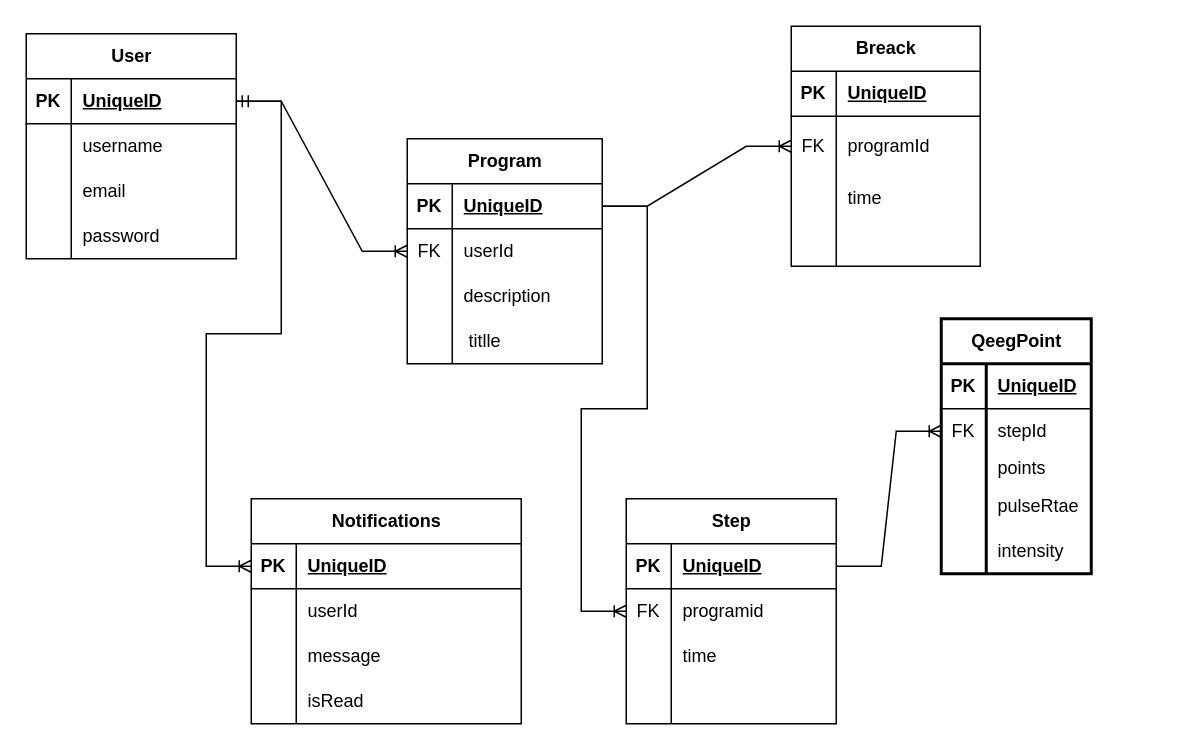
MedTech-CS425/Assignment-1 keeps this draw.io diagram as Diagramme sans nom.drawio. Above is the earlier version. Source tidied: cells renumbered, new cells numbered last; positions are measured from the earlier drawing's top-left corner, leaving out a move shared by most shapes. Both pictures are drawn from the tidied source at 150%, with x=0, y=0 at pixel (26, 26).
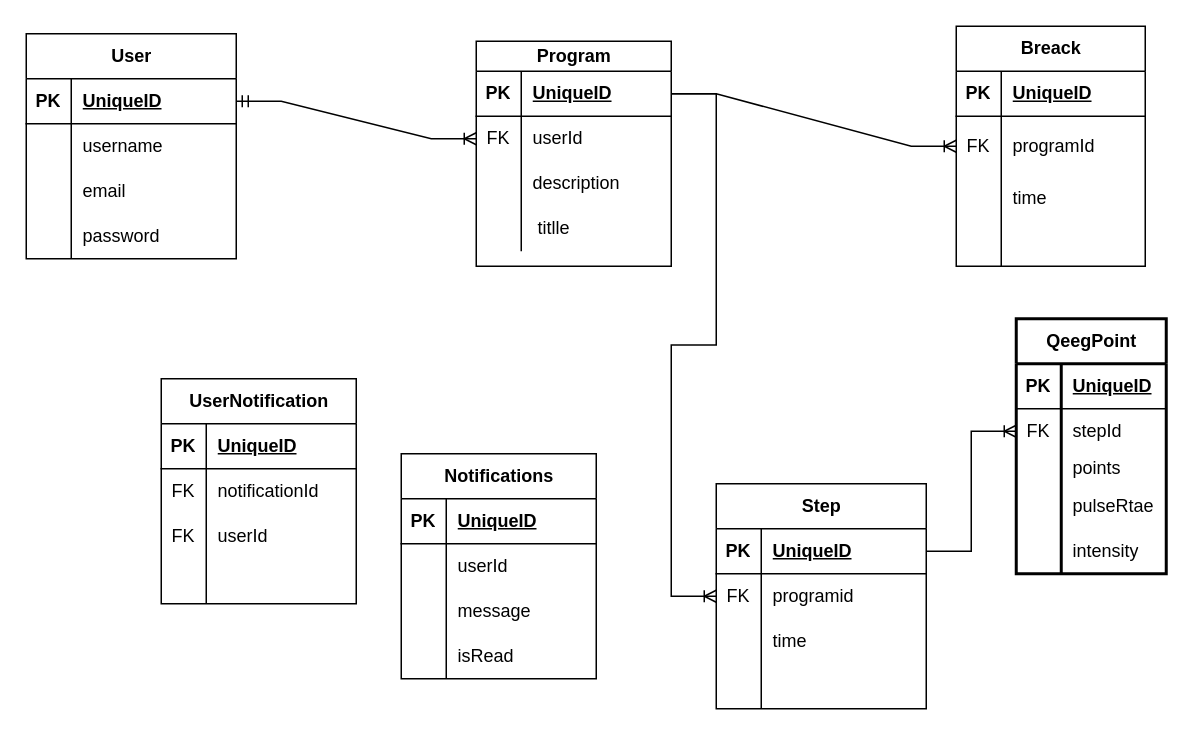
Above is the later version.

The change refers to these unchanged cells:
```xml
<mxCell id="19" style="shape=tableRow;horizontal=0;startSize=0;swimlaneHead=0;swimlaneBody=0;fillColor=none;points=[[0,0.5],[1,0.5]];portConstraint=eastwest;top=0;left=0;right=0;bottom=1;" parent="18" vertex="1">
  <mxGeometry y="30" width="140" height="30" as="geometry" />
</mxCell>
```

Diff of the diagram source:
```diff
@@
     <mxCell id="2" value="QeegPoint" style="shape=table;startSize=30;childLayout=tableLayout;rowLines=0;fontStyle=1;align=center;html=1;strokeWidth=2;rounded=0;gradientColor=none;" parent="1" vertex="1">
-      <mxGeometry x="610" y="195" width="100" height="170" as="geometry" />
+      <mxGeometry x="660" y="195" width="100" height="170" as="geometry" />
     </mxCell>
@@
-    <mxCell id="31" value="Program" style="shape=table;startSize=30;childLayout=tableLayout;rowLines=0;fontStyle=1;align=center;html=1;" parent="1" vertex="1">
-      <mxGeometry x="254" y="75" width="130" height="150" as="geometry" />
+    <mxCell id="31" value="Program" style="shape=table;startSize=20;childLayout=tableLayout;rowLines=0;fontStyle=1;align=center;html=1;" parent="1" vertex="1">
+      <mxGeometry x="300" y="10" width="130" height="150" as="geometry" />
     </mxCell>
     <mxCell id="32" style="shape=tableRow;horizontal=0;startSize=0;swimlaneHead=0;swimlaneBody=0;fillColor=none;points=[[0,0.5],[1,0.5]];portConstraint=eastwest;top=0;left=0;right=0;bottom=1;" parent="31" vertex="1">
-      <mxGeometry y="30" width="130" height="30" as="geometry" />
+      <mxGeometry y="20" width="130" height="30" as="geometry" />
     </mxCell>
@@
     <mxCell id="35" style="shape=tableRow;horizontal=0;startSize=0;swimlaneHead=0;swimlaneBody=0;fillColor=none;points=[[0,0.5],[1,0.5]];portConstraint=eastwest;top=0;left=0;right=0;bottom=0;" parent="31" vertex="1">
-      <mxGeometry y="60" width="130" height="30" as="geometry" />
+      <mxGeometry y="50" width="130" height="30" as="geometry" />
     </mxCell>
@@
     <mxCell id="38" style="shape=tableRow;horizontal=0;startSize=0;swimlaneHead=0;swimlaneBody=0;fillColor=none;top=0;left=0;right=0;bottom=0;" parent="31" vertex="1">
-      <mxGeometry y="90" width="130" height="30" as="geometry" />
+      <mxGeometry y="80" width="130" height="30" as="geometry" />
     </mxCell>
@@
     <mxCell id="41" style="shape=tableRow;horizontal=0;startSize=0;swimlaneHead=0;swimlaneBody=0;fillColor=none;top=0;left=0;right=0;bottom=0;" parent="31" vertex="1">
-      <mxGeometry y="120" width="130" height="30" as="geometry" />
+      <mxGeometry y="110" width="130" height="30" as="geometry" />
     </mxCell>
@@
     <mxCell id="44" value="Breack" style="shape=table;startSize=30;childLayout=tableLayout;rowLines=0;fontStyle=1;align=center;html=1;" parent="1" vertex="1">
-      <mxGeometry x="510" width="126" height="160" as="geometry" />
+      <mxGeometry x="620" width="126" height="160" as="geometry" />
     </mxCell>
@@
     <mxCell id="57" value="Step" style="shape=table;startSize=30;childLayout=tableLayout;rowLines=0;fontStyle=1;align=center;html=1;" parent="1" vertex="1">
-      <mxGeometry x="400" y="315" width="140" height="150" as="geometry" />
+      <mxGeometry x="460" y="305" width="140" height="150" as="geometry" />
     </mxCell>
@@
     <mxCell id="76" value="Notifications" style="shape=table;startSize=30;childLayout=tableLayout;rowLines=0;fontStyle=1;align=center;html=1;" parent="1" vertex="1">
-      <mxGeometry x="150" y="315" width="180" height="150" as="geometry" />
+      <mxGeometry x="250" y="285" width="130" height="150" as="geometry" />
     </mxCell>
     <mxCell id="77" style="shape=tableRow;horizontal=0;startSize=0;swimlaneHead=0;swimlaneBody=0;fillColor=none;points=[[0,0.5],[1,0.5]];portConstraint=eastwest;top=0;left=0;right=0;bottom=1;" parent="76" vertex="1">
-      <mxGeometry y="30" width="180" height="30" as="geometry" />
+      <mxGeometry y="30" width="130" height="30" as="geometry" />
     </mxCell>
@@
     <mxCell id="79" value="UniqueID" style="shape=partialRectangle;fillColor=none;top=0;left=0;bottom=0;right=0;align=left;spacingLeft=6;fontStyle=5;overflow=hidden;whiteSpace=wrap;html=1;" parent="77" vertex="1">
-      <mxGeometry x="30" width="150" height="30" as="geometry" />
+      <mxGeometry x="30" width="100" height="30" as="geometry" />
     </mxCell>
     <mxCell id="80" style="shape=tableRow;horizontal=0;startSize=0;swimlaneHead=0;swimlaneBody=0;fillColor=none;top=0;left=0;right=0;bottom=0;" parent="76" vertex="1">
-      <mxGeometry y="60" width="180" height="30" as="geometry" />
+      <mxGeometry y="60" width="130" height="30" as="geometry" />
     </mxCell>
@@
     <mxCell id="82" value="userId" style="shape=partialRectangle;fillColor=none;top=0;left=0;bottom=0;right=0;align=left;spacingLeft=6;overflow=hidden;whiteSpace=wrap;html=1;" parent="80" vertex="1">
-      <mxGeometry x="30" width="150" height="30" as="geometry" />
+      <mxGeometry x="30" width="100" height="30" as="geometry" />
     </mxCell>
     <mxCell id="83" style="shape=tableRow;horizontal=0;startSize=0;swimlaneHead=0;swimlaneBody=0;fillColor=none;top=0;left=0;right=0;bottom=0;" parent="76" vertex="1">
-      <mxGeometry y="90" width="180" height="30" as="geometry" />
+      <mxGeometry y="90" width="130" height="30" as="geometry" />
     </mxCell>
@@
     <mxCell id="85" value="message" style="shape=partialRectangle;fillColor=none;top=0;left=0;bottom=0;right=0;align=left;spacingLeft=6;overflow=hidden;whiteSpace=wrap;html=1;" parent="83" vertex="1">
-      <mxGeometry x="30" width="150" height="30" as="geometry" />
+      <mxGeometry x="30" width="100" height="30" as="geometry" />
     </mxCell>
     <mxCell id="86" style="shape=tableRow;horizontal=0;startSize=0;swimlaneHead=0;swimlaneBody=0;fillColor=none;top=0;left=0;right=0;bottom=0;" parent="76" vertex="1">
-      <mxGeometry y="120" width="180" height="30" as="geometry" />
+      <mxGeometry y="120" width="130" height="30" as="geometry" />
     </mxCell>
@@
     <mxCell id="88" value="isRead" style="shape=partialRectangle;fillColor=none;top=0;left=0;bottom=0;right=0;align=left;spacingLeft=6;overflow=hidden;whiteSpace=wrap;html=1;" parent="86" vertex="1">
-      <mxGeometry x="30" width="150" height="30" as="geometry" />
+      <mxGeometry x="30" width="100" height="30" as="geometry" />
     </mxCell>
-    <mxCell id="89" style="edgeStyle=entityRelationEdgeStyle;fontSize=12;html=1;endArrow=ERoneToMany;rounded=0;entryX=0;entryY=0.5;entryDx=0;entryDy=0;exitX=1;exitY=0.5;exitDx=0;exitDy=0;" parent="1" edge="1" source="19" target="77">
-      <mxGeometry relative="1" as="geometry" />
-    </mxCell>
+    <mxCell id="90" value="UserNotification" style="shape=table;startSize=30;childLayout=tableLayout;rowLines=0;fontStyle=1;align=center;html=1;" parent="1" vertex="1">
+      <mxGeometry x="90" y="235" width="130" height="150" as="geometry" />
+    </mxCell>
+    <mxCell id="91" style="shape=tableRow;horizontal=0;startSize=0;swimlaneHead=0;swimlaneBody=0;fillColor=none;top=0;left=0;right=0;bottom=1;" parent="90" vertex="1">
+      <mxGeometry y="30" width="130" height="30" as="geometry" />
+    </mxCell>
+    <mxCell id="92" value="PK" style="shape=partialRectangle;fillColor=none;top=0;left=0;bottom=0;right=0;fontStyle=1;overflow=hidden;whiteSpace=wrap;html=1;" parent="91" vertex="1">
+      <mxGeometry width="30" height="30" as="geometry" />
+    </mxCell>
+    <mxCell id="93" value="UniqueID" style="shape=partialRectangle;fillColor=none;top=0;left=0;bottom=0;right=0;align=left;spacingLeft=6;fontStyle=5;overflow=hidden;whiteSpace=wrap;html=1;" parent="91" vertex="1">
+      <mxGeometry x="30" width="100" height="30" as="geometry" />
+    </mxCell>
+    <mxCell id="94" style="shape=tableRow;horizontal=0;startSize=0;swimlaneHead=0;swimlaneBody=0;fillColor=none;top=0;left=0;right=0;bottom=0;" parent="90" vertex="1">
+      <mxGeometry y="60" width="130" height="30" as="geometry" />
+    </mxCell>
+    <mxCell id="95" value="FK" style="shape=partialRectangle;fillColor=none;top=0;left=0;bottom=0;right=0;overflow=hidden;whiteSpace=wrap;html=1;" parent="94" vertex="1">
+      <mxGeometry width="30" height="30" as="geometry" />
+    </mxCell>
+    <mxCell id="96" value="notificationId" style="shape=partialRectangle;fillColor=none;top=0;left=0;bottom=0;right=0;align=left;spacingLeft=6;overflow=hidden;whiteSpace=wrap;html=1;" parent="94" vertex="1">
+      <mxGeometry x="30" width="100" height="30" as="geometry" />
+    </mxCell>
+    <mxCell id="97" style="shape=tableRow;horizontal=0;startSize=0;swimlaneHead=0;swimlaneBody=0;fillColor=none;top=0;left=0;right=0;bottom=0;" parent="90" vertex="1">
+      <mxGeometry y="90" width="130" height="30" as="geometry" />
+    </mxCell>
+    <mxCell id="98" value="FK" style="shape=partialRectangle;fillColor=none;top=0;left=0;bottom=0;right=0;overflow=hidden;whiteSpace=wrap;html=1;" parent="97" vertex="1">
+      <mxGeometry width="30" height="30" as="geometry" />
+    </mxCell>
+    <mxCell id="99" value="userId" style="shape=partialRectangle;fillColor=none;top=0;left=0;bottom=0;right=0;align=left;spacingLeft=6;overflow=hidden;whiteSpace=wrap;html=1;" parent="97" vertex="1">
+      <mxGeometry x="30" width="100" height="30" as="geometry" />
+    </mxCell>
+    <mxCell id="100" style="shape=tableRow;horizontal=0;startSize=0;swimlaneHead=0;swimlaneBody=0;fillColor=none;top=0;left=0;right=0;bottom=0;" parent="90" vertex="1">
+      <mxGeometry y="120" width="130" height="30" as="geometry" />
+    </mxCell>
+    <mxCell id="101" style="shape=partialRectangle;fillColor=none;top=0;left=0;bottom=0;right=0;overflow=hidden;whiteSpace=wrap;html=1;" parent="100" vertex="1">
+      <mxGeometry width="30" height="30" as="geometry" />
+    </mxCell>
+    <mxCell id="102" style="shape=partialRectangle;fillColor=none;top=0;left=0;bottom=0;right=0;align=left;spacingLeft=6;overflow=hidden;whiteSpace=wrap;html=1;" parent="100" vertex="1">
+      <mxGeometry x="30" width="100" height="30" as="geometry" />
+    </mxCell>
```
